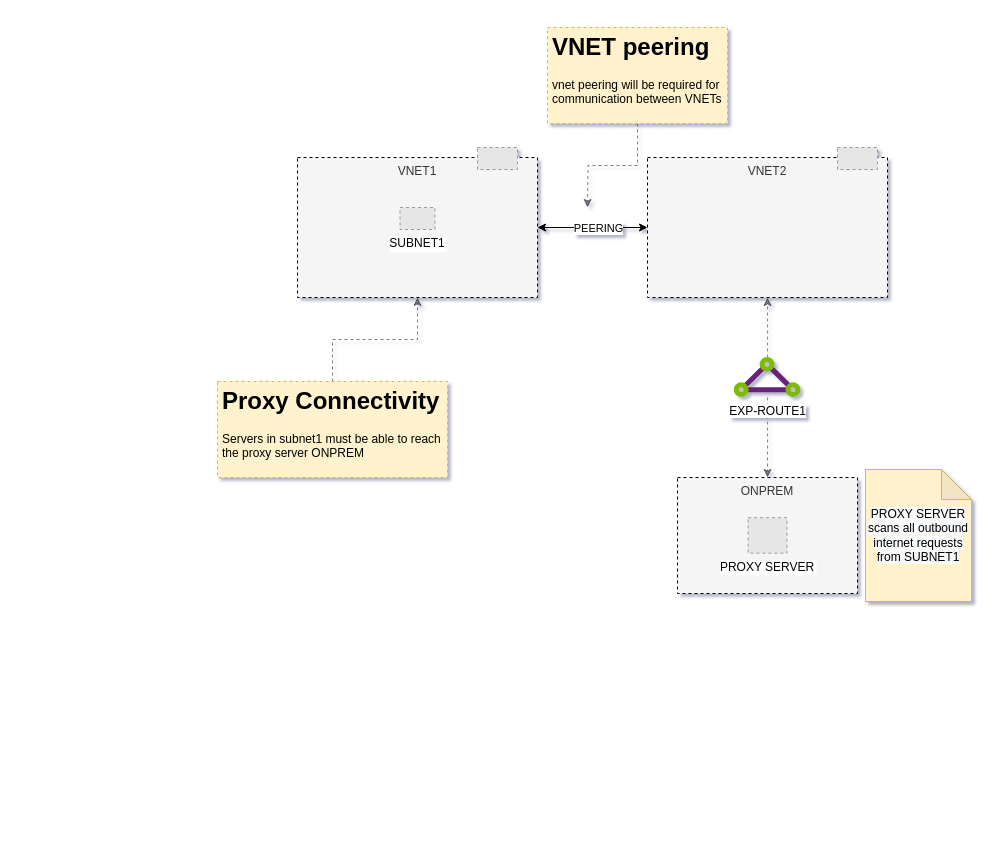
Above: NETQ4.drawio in austin2153/ac-diagrams (draw.io), before the change. Source tidied: cells renumbered, new cells numbered last; positions are measured from the earlier drawing's top-left corner, leaving out a move shared by most shapes. Both pictures are drawn from the tidied source at 100%, with x=0, y=0 at pixel (217, 27). Pictures stored in the file or linked from it are replaced by grey dashed boxes.
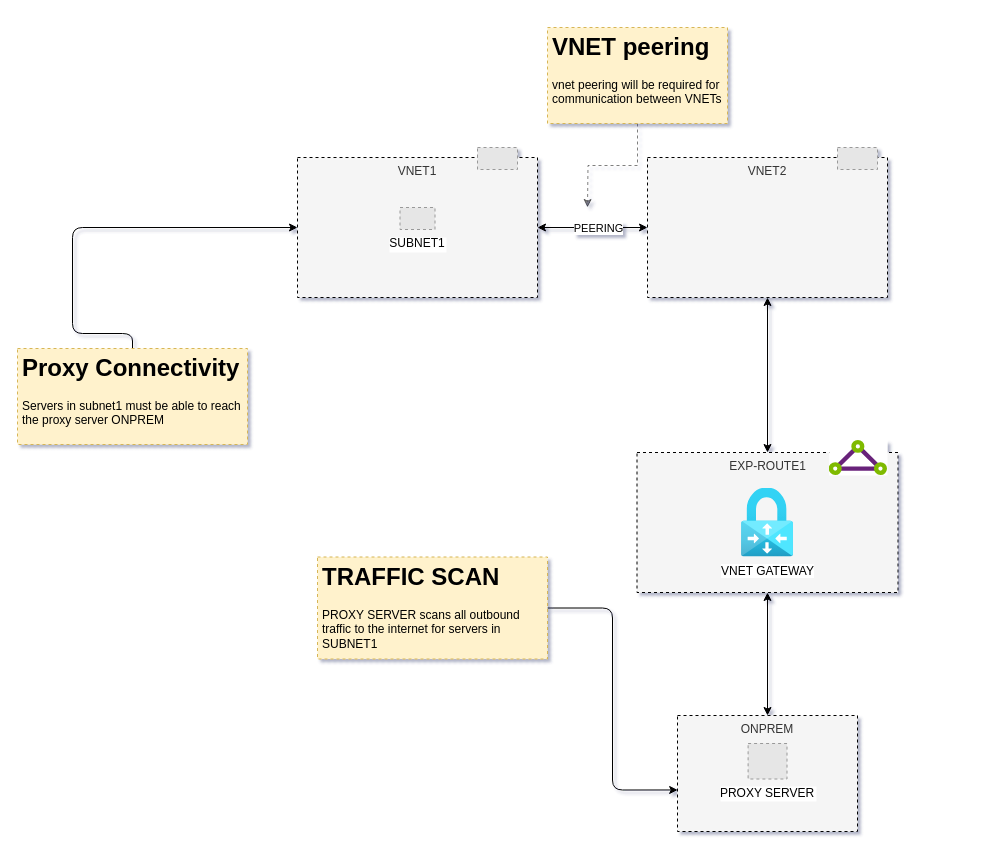
The same diagram, later.

Unchanged cells that the change refers to:
```xml
<mxCell id="3" value="VNET1" style="rounded=0;whiteSpace=wrap;html=1;fillColor=#f5f5f5;strokeColor=default;fontColor=#333333;verticalAlign=top;dashed=1;" parent="1" vertex="1">
  <mxGeometry x="80" y="130" width="240" height="140" as="geometry" />
</mxCell>
<mxCell id="6" value="VNET2" style="rounded=0;whiteSpace=wrap;html=1;fillColor=#F5F5F5;strokeColor=default;fontColor=#333333;verticalAlign=top;dashed=1;" parent="1" vertex="1">
  <mxGeometry x="430" y="130" width="240" height="140" as="geometry" />
</mxCell>
```

Diff of the diagram source:
```diff
@@
     <mxCell id="12" value="ONPREM" style="rounded=0;whiteSpace=wrap;html=1;fillColor=#f5f5f5;strokeColor=default;fontColor=#333333;verticalAlign=top;dashed=1;" parent="1" vertex="1">
-      <mxGeometry x="460" y="450" width="180" height="116" as="geometry" />
+      <mxGeometry x="460" y="688" width="180" height="116" as="geometry" />
     </mxCell>
     <mxCell id="13" value="PROXY SERVER&#10;" style="fillColor=#E6E6E6;strokeColor=#999999;dashed=1;verticalLabelPosition=bottom;labelBackgroundColor=#ffffff;verticalAlign=top;" parent="1" vertex="1">
-      <mxGeometry x="530.6" y="490.2" width="38.9" height="35.5" as="geometry" />
+      <mxGeometry x="530.6" y="716" width="38.9" height="35.5" as="geometry" />
     </mxCell>
-    <mxCell id="14" style="edgeStyle=orthogonalEdgeStyle;jettySize=auto;html=1;entryX=0.5;entryY=1;entryDx=0;entryDy=0;shadow=0;dashed=1;strokeColor=default;opacity=50;rounded=0;" parent="1" edge="1" source="16" target="6">
-      <mxGeometry relative="1" as="geometry" />
-    </mxCell>
-    <mxCell id="15" style="edgeStyle=orthogonalEdgeStyle;jettySize=auto;html=1;entryX=0.5;entryY=0;entryDx=0;entryDy=0;shadow=0;dashed=1;strokeColor=default;opacity=50;rounded=0;" parent="1" edge="1" source="16" target="12">
-      <mxGeometry relative="1" as="geometry" />
-    </mxCell>
-    <mxCell id="16" value="EXP-ROUTE1" style="html=1;points=[];align=center;image;fontSize=12;image=img/lib/mscae/Express_Route.svg;dashed=1;strokeColor=default;fillColor=#F5F5F5;rounded=0;" parent="1" vertex="1">
-      <mxGeometry x="516.7" y="330" width="66.7" height="40" as="geometry" />
-    </mxCell>
-    <mxCell id="17" style="edgeStyle=orthogonalEdgeStyle;jettySize=auto;html=1;entryX=0.5;entryY=1;entryDx=0;entryDy=0;shadow=0;dashed=1;strokeColor=default;opacity=50;rounded=0;" parent="1" edge="1" source="18" target="3">
-      <mxGeometry relative="1" as="geometry" />
+    <mxCell id="17" style="edgeStyle=orthogonalEdgeStyle;jettySize=auto;html=1;entryX=0;entryY=0.5;entryDx=0;entryDy=0;exitX=0.5;exitY=0;exitDx=0;exitDy=0;" parent="1" edge="1" source="18" target="3">
+      <mxGeometry relative="1" as="geometry">
+        <Array as="points">
+          <mxPoint x="-85" y="306" />
+          <mxPoint x="-145" y="306" />
+          <mxPoint x="-145" y="200" />
+        </Array>
+      </mxGeometry>
     </mxCell>
     <mxCell id="18" value="&lt;h1&gt;Proxy Connectivity&lt;/h1&gt;&lt;div&gt;Servers in subnet1 must be able to reach the proxy server ONPREM&lt;/div&gt;" style="text;html=1;strokeColor=#d6b656;fillColor=#fff2cc;spacing=5;spacingTop=-20;whiteSpace=wrap;overflow=hidden;rounded=0;dashed=1;" parent="1" vertex="1">
-      <mxGeometry y="354" width="230" height="96" as="geometry" />
+      <mxGeometry x="-200" y="321" width="230" height="96" as="geometry" />
     </mxCell>
-    <mxCell id="19" value="&lt;span style=&quot;color: rgb(0, 0, 0); font-family: Helvetica; font-size: 12px; font-style: normal; font-variant-ligatures: normal; font-variant-caps: normal; font-weight: 400; letter-spacing: normal; orphans: 2; text-align: center; text-indent: 0px; text-transform: none; widows: 2; word-spacing: 0px; -webkit-text-stroke-width: 0px; background-color: rgb(248, 249, 250); text-decoration-thickness: initial; text-decoration-style: initial; text-decoration-color: initial; float: none; display: inline !important;&quot;&gt;PROXY SERVER scans all outbound internet requests from SUBNET1&lt;/span&gt;" style="shape=note;whiteSpace=wrap;html=1;backgroundOutline=1;darkOpacity=0.05;fillColor=#fff2cc;strokeColor=#d6b656;" parent="1" vertex="1">
-      <mxGeometry x="648" y="442" width="106" height="132" as="geometry" />
-    </mxCell>
+    <mxCell id="20" value="EXP-ROUTE1" style="rounded=0;whiteSpace=wrap;html=1;fillColor=#f5f5f5;strokeColor=default;fontColor=#333333;verticalAlign=top;dashed=1;" parent="1" vertex="1">
+      <mxGeometry x="419.5" y="425" width="261" height="140" as="geometry" />
+    </mxCell>
+    <mxCell id="21" style="edgeStyle=orthogonalEdgeStyle;jettySize=auto;html=1;entryX=0.001;entryY=0.642;entryDx=0;entryDy=0;entryPerimeter=0;" parent="1" edge="1" source="22" target="12">
+      <mxGeometry relative="1" as="geometry" />
+    </mxCell>
+    <mxCell id="22" value="&lt;h1&gt;TRAFFIC SCAN&lt;/h1&gt;&lt;div&gt;PROXY SERVER scans all outbound traffic to the internet for servers in SUBNET1&lt;/div&gt;" style="text;html=1;strokeColor=#d6b656;fillColor=#fff2cc;spacing=5;spacingTop=-20;whiteSpace=wrap;overflow=hidden;rounded=0;dashed=1;" parent="1" vertex="1">
+      <mxGeometry x="100" y="529.5" width="230" height="102" as="geometry" />
+    </mxCell>
+    <mxCell id="23" value="VNET GATEWAY" style="html=1;align=center;image;fontSize=12;image=img/lib/azure2/networking/Virtual_Network_Gateways.svg;" parent="1" vertex="1">
+      <mxGeometry x="524" y="460.5" width="52" height="69" as="geometry" />
+    </mxCell>
+    <mxCell id="16" style="html=1;points=[];align=center;image;fontSize=12;image=img/lib/mscae/Express_Route.svg;dashed=1;strokeColor=default;fillColor=#F5F5F5;rounded=0;imageBackground=default;" parent="1" vertex="1">
+      <mxGeometry x="611.7" y="413" width="58.3" height="35" as="geometry" />
+    </mxCell>
+    <mxCell id="24" style="endArrow=classic;startArrow=classic;html=1;entryX=0.5;entryY=1;entryDx=0;entryDy=0;exitX=0.5;exitY=0;exitDx=0;exitDy=0;" parent="1" edge="1" source="20" target="6">
+      <mxGeometry relative="1" as="geometry" />
+    </mxCell>
+    <mxCell id="25" style="endArrow=classic;startArrow=classic;html=1;exitX=0.5;exitY=1;exitDx=0;exitDy=0;" parent="1" edge="1" source="20" target="12">
+      <mxGeometry relative="1" as="geometry" />
+    </mxCell>
```
